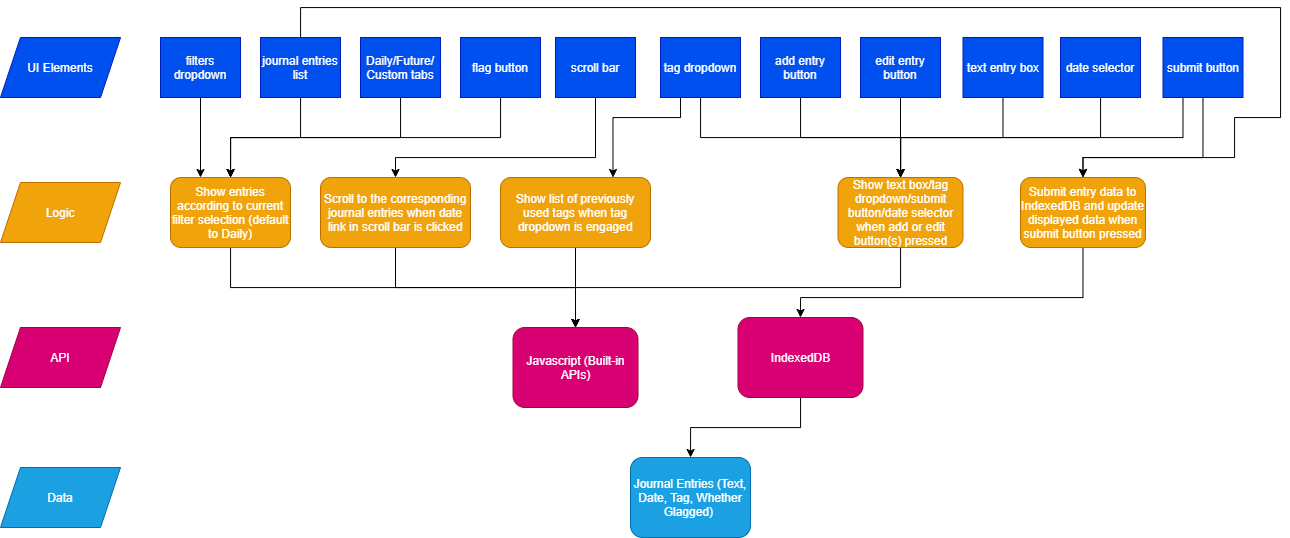
This is specs/pitch/c4diagram.drawio.png from cse110-sp21-group5/cse110-sp21-group5, a draw.io export, as it was before one commit. Source tidied: cells renumbered, new cells last; positions are measured from the earlier drawing's top-left corner, leaving out a move shared by most shapes.
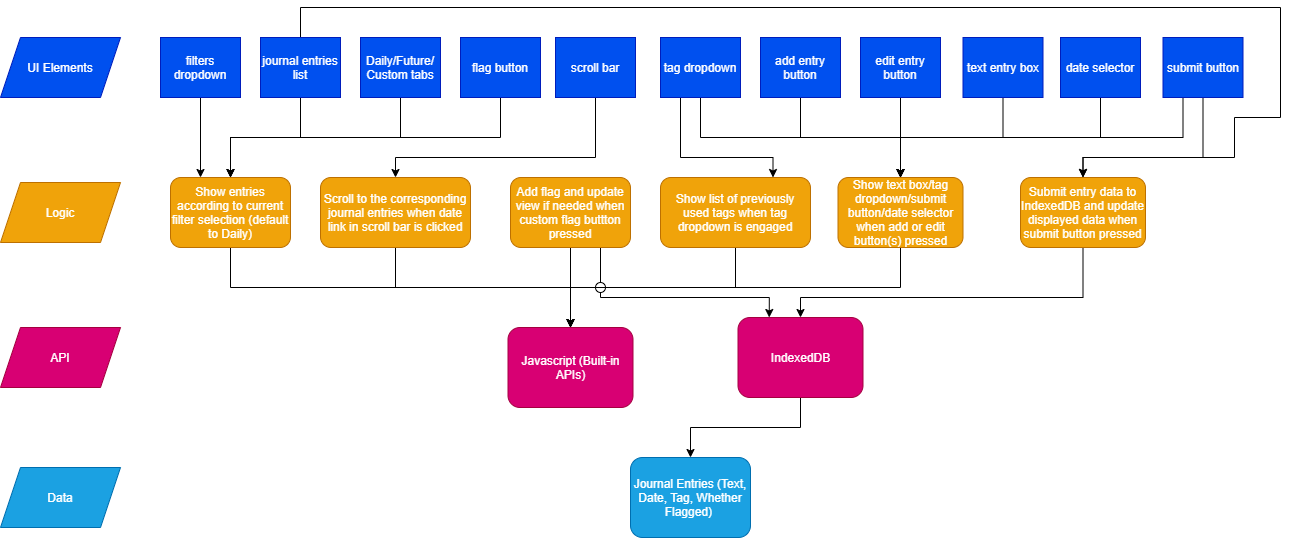
The same diagram one commit later.

Change to the diagram source:
```diff
@@ -17,7 +17,7 @@
       <mxGeometry relative="1" as="geometry">
         <Array as="points">
           <mxPoint x="395" y="280" />
-          <mxPoint x="575" y="280" />
+          <mxPoint x="570" y="280" />
         </Array>
       </mxGeometry>
     </mxCell>
@@ -28,7 +28,7 @@
       <mxGeometry relative="1" as="geometry">
         <Array as="points">
           <mxPoint x="230" y="280" />
-          <mxPoint x="575" y="280" />
+          <mxPoint x="570" y="280" />
         </Array>
       </mxGeometry>
     </mxCell>
@@ -41,7 +41,7 @@
     <mxCell id="9" value="IndexedDB" style="rounded=1;whiteSpace=wrap;html=1;fillColor=#d80073;strokeColor=#A50040;fontColor=#ffffff;" parent="1" vertex="1">
       <mxGeometry x="737.5" y="310" width="125" height="80" as="geometry" />
     </mxCell>
-    <mxCell id="10" value="Journal Entries (Text, Date, Tag, Whether Glagged)&amp;nbsp;" style="rounded=1;whiteSpace=wrap;html=1;fillColor=#1ba1e2;strokeColor=#006EAF;fontColor=#ffffff;" parent="1" vertex="1">
+    <mxCell id="10" value="Journal Entries (Text, Date, Tag, Whether Flagged)&amp;nbsp;" style="rounded=1;whiteSpace=wrap;html=1;fillColor=#1ba1e2;strokeColor=#006EAF;fontColor=#ffffff;" parent="1" vertex="1">
       <mxGeometry x="630" y="450" width="120" height="80" as="geometry" />
     </mxCell>
     <mxCell id="11" style="edgeStyle=orthogonalEdgeStyle;rounded=0;jettySize=auto;html=1;entryX=0.25;entryY=0;entryDx=0;entryDy=0;" parent="1" edge="1" source="12" target="7">
@@ -142,7 +142,7 @@
       <mxGeometry relative="1" as="geometry">
         <Array as="points">
           <mxPoint x="900" y="280" />
-          <mxPoint x="575" y="280" />
+          <mxPoint x="570" y="280" />
         </Array>
       </mxGeometry>
     </mxCell>
@@ -160,8 +160,8 @@
     <mxCell id="34" style="edgeStyle=orthogonalEdgeStyle;rounded=0;jettySize=auto;html=1;entryX=0.75;entryY=0;entryDx=0;entryDy=0;exitX=0.25;exitY=1;exitDx=0;exitDy=0;" parent="1" edge="1" source="35" target="41">
       <mxGeometry relative="1" as="geometry">
         <Array as="points">
-          <mxPoint x="680" y="110" />
-          <mxPoint x="612" y="110" />
+          <mxPoint x="680" y="150" />
+          <mxPoint x="772" y="150" />
         </Array>
       </mxGeometry>
     </mxCell>
@@ -190,11 +190,16 @@
     <mxCell id="39" value="scroll bar" style="whiteSpace=wrap;html=1;fillColor=#0050ef;strokeColor=#001DBC;fontColor=#ffffff;" parent="1" vertex="1">
       <mxGeometry x="555" y="30" width="80" height="60" as="geometry" />
     </mxCell>
-    <mxCell id="40" style="edgeStyle=orthogonalEdgeStyle;rounded=0;jettySize=auto;html=1;" parent="1" edge="1" source="41" target="44">
-      <mxGeometry relative="1" as="geometry" />
+    <mxCell id="40" style="edgeStyle=orthogonalEdgeStyle;rounded=0;jettySize=auto;html=1;exitX=0.5;exitY=1;exitDx=0;exitDy=0;" parent="1" edge="1" source="41" target="44">
+      <mxGeometry relative="1" as="geometry">
+        <Array as="points">
+          <mxPoint x="735" y="280" />
+          <mxPoint x="570" y="280" />
+        </Array>
+      </mxGeometry>
     </mxCell>
     <mxCell id="41" value="&lt;span&gt;Show list of previously used tags when tag dropdown is engaged&lt;/span&gt;" style="rounded=1;whiteSpace=wrap;html=1;fillColor=#f0a30a;strokeColor=#BD7000;fontColor=#ffffff;" parent="1" vertex="1">
-      <mxGeometry x="500" y="170" width="150" height="70" as="geometry" />
+      <mxGeometry x="660" y="170" width="150" height="70" as="geometry" />
     </mxCell>
     <mxCell id="42" style="edgeStyle=orthogonalEdgeStyle;rounded=0;jettySize=auto;html=1;" parent="1" edge="1" source="43" target="32">
       <mxGeometry relative="1" as="geometry">
@@ -208,7 +213,30 @@
       <mxGeometry x="1060" y="30" width="80" height="60" as="geometry" />
     </mxCell>
     <mxCell id="44" value="Javascript (Built-in APIs)" style="rounded=1;whiteSpace=wrap;html=1;fillColor=#d80073;strokeColor=#A50040;fontColor=#ffffff;" parent="1" vertex="1">
-      <mxGeometry x="512.5" y="320" width="125" height="80" as="geometry" />
+      <mxGeometry x="507.5" y="320" width="125" height="80" as="geometry" />
     </mxCell>
+    <mxCell id="45" style="edgeStyle=orthogonalEdgeStyle;rounded=0;jettySize=auto;html=1;" parent="1" edge="1" source="47" target="44">
+      <mxGeometry relative="1" as="geometry" />
+    </mxCell>
+    <mxCell id="46" style="edgeStyle=orthogonalEdgeStyle;rounded=0;jettySize=auto;html=1;entryX=0.25;entryY=0;entryDx=0;entryDy=0;exitX=0.75;exitY=1;exitDx=0;exitDy=0;" parent="1" edge="1" source="47" target="9">
+      <mxGeometry relative="1" as="geometry">
+        <Array as="points">
+          <mxPoint x="600" y="290" />
+          <mxPoint x="769" y="290" />
+        </Array>
+      </mxGeometry>
+    </mxCell>
+    <mxCell id="47" value="&lt;span&gt;Add flag and update view if needed when custom flag buttton pressed&lt;/span&gt;" style="rounded=1;whiteSpace=wrap;html=1;fillColor=#f0a30a;strokeColor=#BD7000;fontColor=#ffffff;" parent="1" vertex="1">
+      <mxGeometry x="510" y="170" width="120" height="70" as="geometry" />
+    </mxCell>
+    <mxCell id="48" style="ellipse;whiteSpace=wrap;html=1;" parent="1" vertex="1">
+      <mxGeometry x="595" y="275" width="10" height="10" as="geometry" />
+    </mxCell>
+    <mxCell id="49" style="endArrow=none;html=1;" parent="1" edge="1">
+      <mxGeometry relative="1" as="geometry">
+        <mxPoint x="595" y="280" as="sourcePoint" />
+        <mxPoint x="605" y="280" as="targetPoint" />
+      </mxGeometry>
+    </mxCell>
   </root>
 </mxGraphModel>
```
